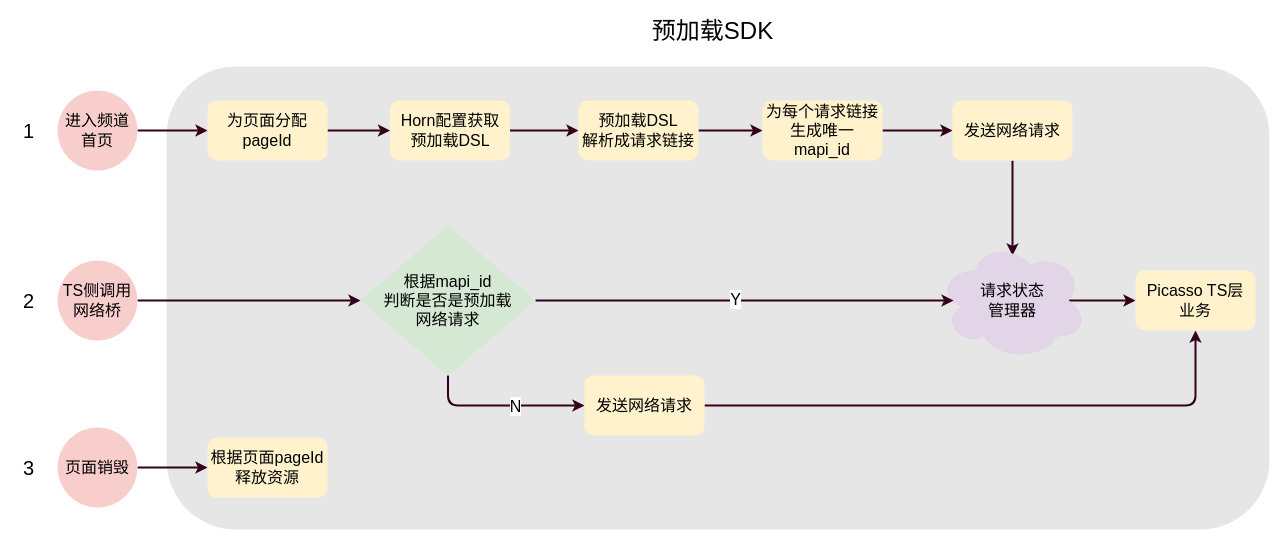
Before: page "第 6 页" (7 of 20) of 频道首页执行流程.drawio in hpk1994/shophome, a draw.io diagram. Source tidied: cells renumbered, new cells numbered last; positions are measured from the earlier drawing's top-left corner, leaving out a move shared by most shapes. Both pictures are drawn from the tidied source at 100%, with x=0, y=0 at pixel (17, 18).
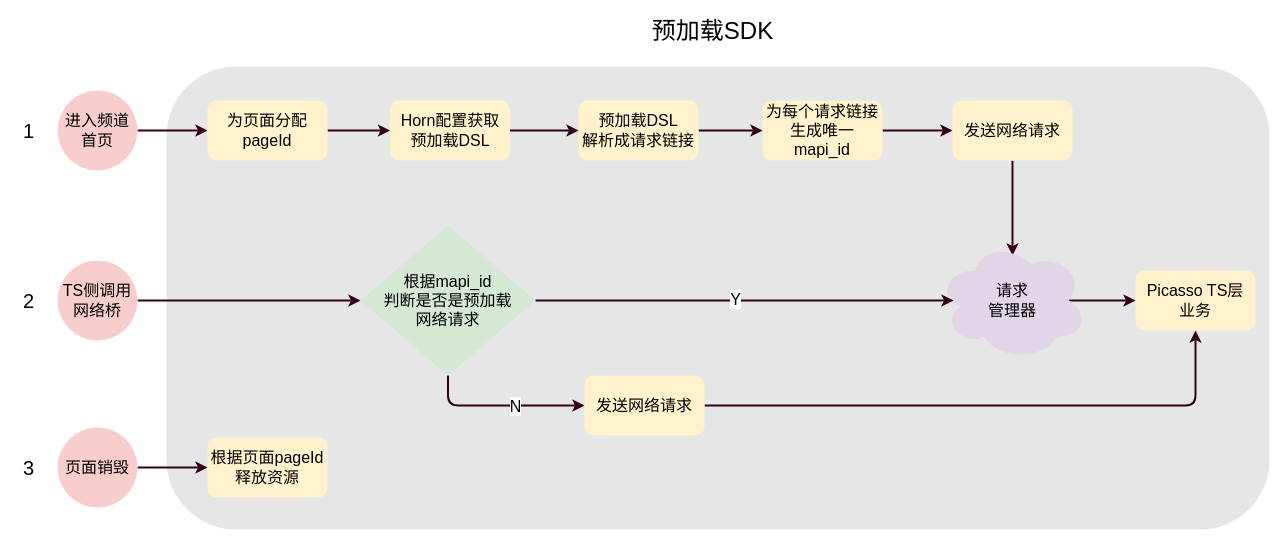
Above is the later version.

Diff of the diagram source:
```diff
@@
-    <mxCell id="20" value="请求状态&lt;br&gt;管理器" style="ellipse;shape=cloud;whiteSpace=wrap;html=1;fontSize=16;fillColor=#e1d5e7;strokeColor=none;" parent="1" vertex="1">
+    <mxCell id="20" value="请求&lt;br&gt;管理器" style="ellipse;shape=cloud;whiteSpace=wrap;html=1;fontSize=16;fillColor=#e1d5e7;strokeColor=none;" parent="1" vertex="1">
       <mxGeometry x="920" y="222" width="150" height="120" as="geometry" />
     </mxCell>
```
